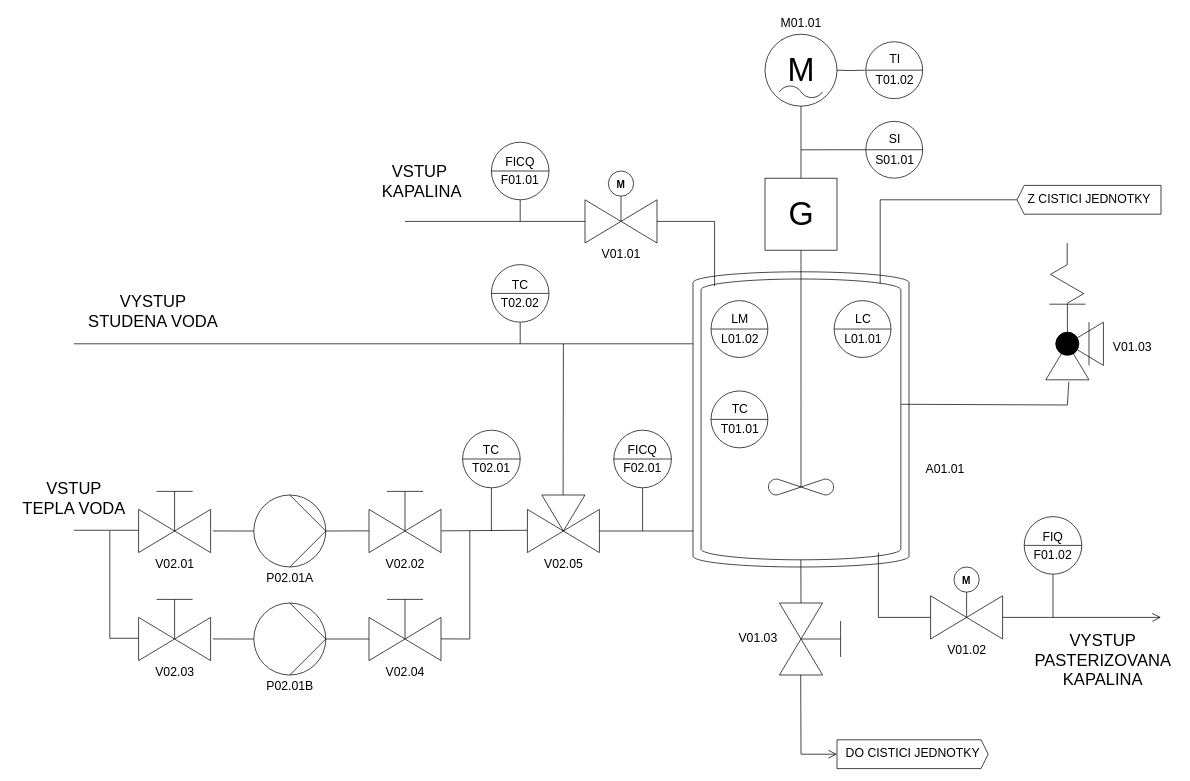
xOrryx/project_AUP keeps this draw.io diagram as page "Stránka-1" (1 of 2) of P&ID_cistici_jednotka.drawio. Above is the earlier version. Source tidied: cells renumbered, new cells numbered last; positions are measured from the earlier drawing's top-left corner, leaving out a move shared by most shapes. Both pictures are drawn from the tidied source at 72%, with x=0, y=0 at pixel (12, 12).
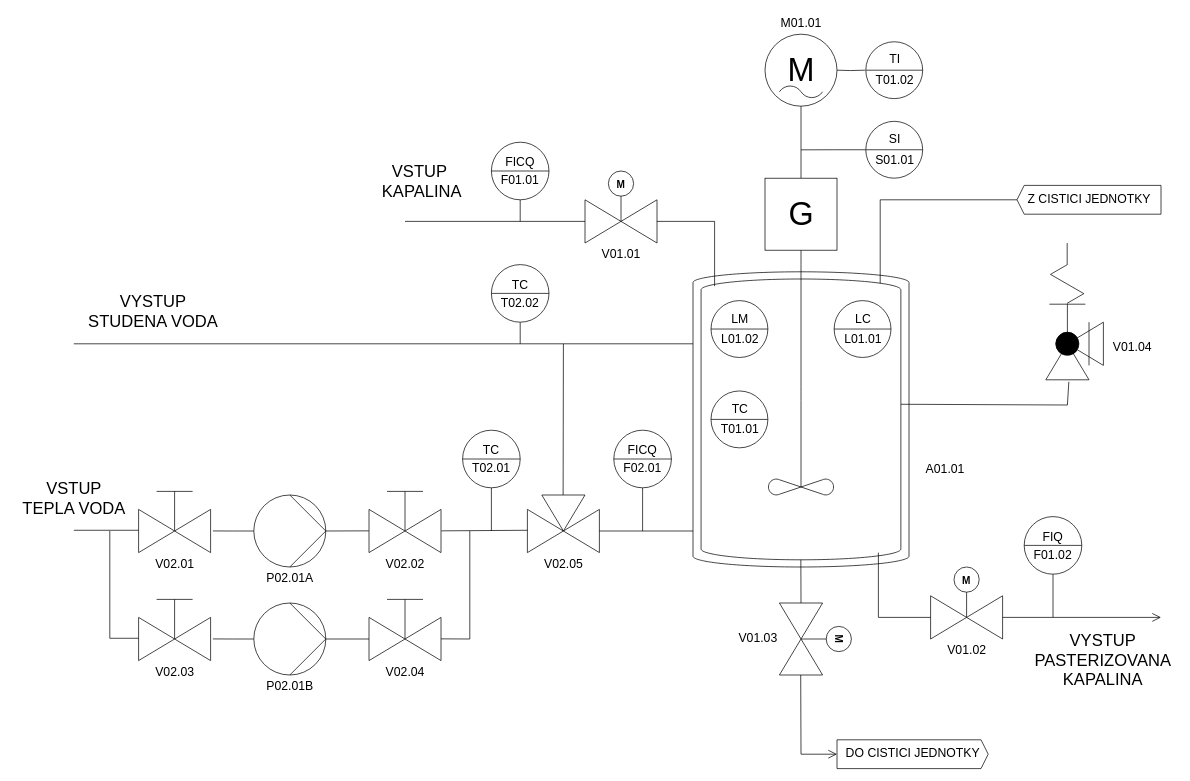
Above is the later version.

What changed in the source:
```diff
@@
-    <mxCell id="31" style="verticalLabelPosition=bottom;align=center;html=1;verticalAlign=top;dashed=0;shape=mxgraph.pid2valves.valve;valveType=gate;actuator=man;direction=south;" parent="1" vertex="1">
-      <mxGeometry x="1065" y="820" width="100" height="100" as="geometry" />
-    </mxCell>
@@
-    <mxCell id="61" value="&lt;font style=&quot;font-size: 17px;&quot;&gt;V01.03&lt;/font&gt;" style="text;html=1;align=center;verticalAlign=middle;strokeColor=none;fillColor=none;fontSize=30;" parent="1" vertex="1">
+    <mxCell id="61" value="&lt;font style=&quot;font-size: 17px;&quot;&gt;V01.04&lt;/font&gt;" style="text;html=1;align=center;verticalAlign=middle;strokeColor=none;fillColor=none;fontSize=30;" parent="1" vertex="1">
       <mxGeometry x="1515" y="434.5" width="80" height="50" as="geometry" />
     </mxCell>
@@
+    <mxCell id="65" style="verticalLabelPosition=bottom;align=center;html=1;verticalAlign=top;dashed=0;shape=mxgraph.pid2valves.valve;valveType=gate;actuator=motor;direction=south;" parent="1" vertex="1">
+      <mxGeometry x="1065" y="820" width="100" height="100" as="geometry" />
+    </mxCell>
```
